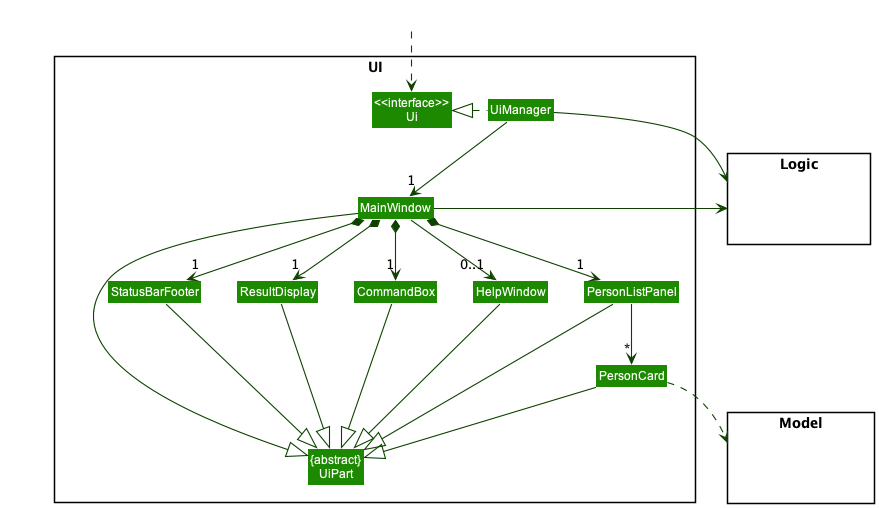
Above: docs/images/UiClassDiagram.png in nus-cs2103-AY2223S1/tp (PlantUML), before the change.
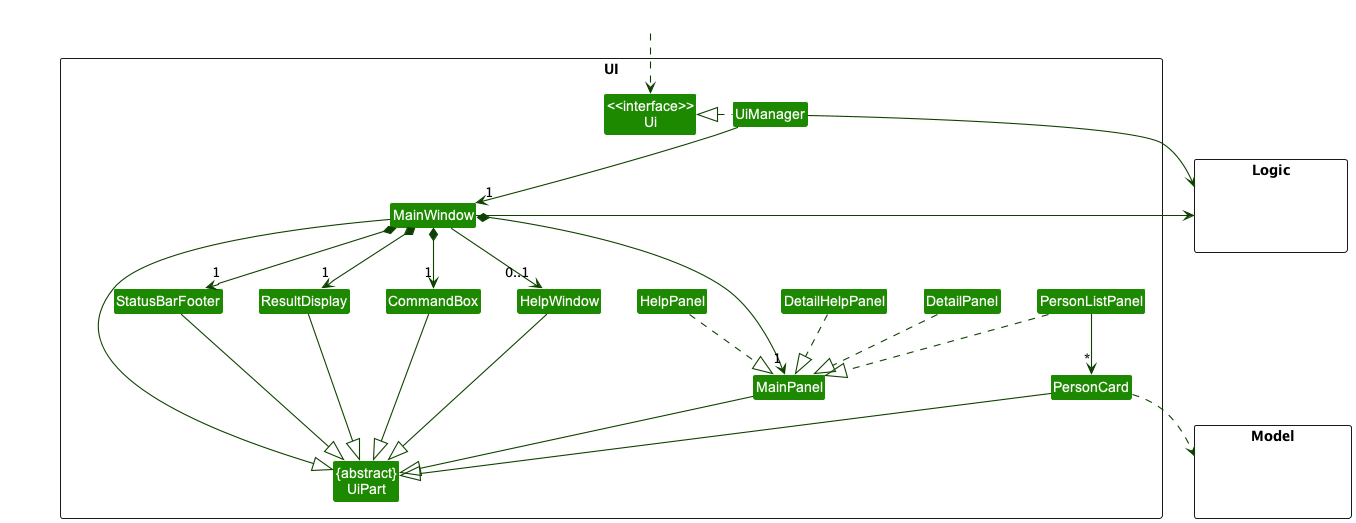
Later version of the same file.

What changed in the source:
```diff
@@ -15,6 +15,11 @@
 Class PersonCard
 Class StatusBarFooter
 Class CommandBox
+Class MainPanel
+Class HelpPanel
+Class PersonListPanel
+Class DetailPanel
+Class DetailHelpPanel
 }
 
 package Model <<Rectangle>> {
@@ -32,7 +37,7 @@
 UiManager -down-> "1" MainWindow
 MainWindow *-down->  "1" CommandBox
 MainWindow *-down-> "1" ResultDisplay
-MainWindow *-down-> "1" PersonListPanel
+MainWindow *-down-> "1" MainPanel
 MainWindow *-down-> "1" StatusBarFooter
 MainWindow --> "0..1" HelpWindow
 
@@ -42,7 +47,11 @@
 
 ResultDisplay --|> UiPart
 CommandBox --|> UiPart
-PersonListPanel --|> UiPart
+MainPanel --|> UiPart
+HelpPanel ..|> MainPanel
+PersonListPanel ..|> MainPanel
+DetailPanel ..|> MainPanel
+DetailHelpPanel ..|> MainPanel
 PersonCard --|> UiPart
 StatusBarFooter --|> UiPart
 HelpWindow --|> UiPart
```
